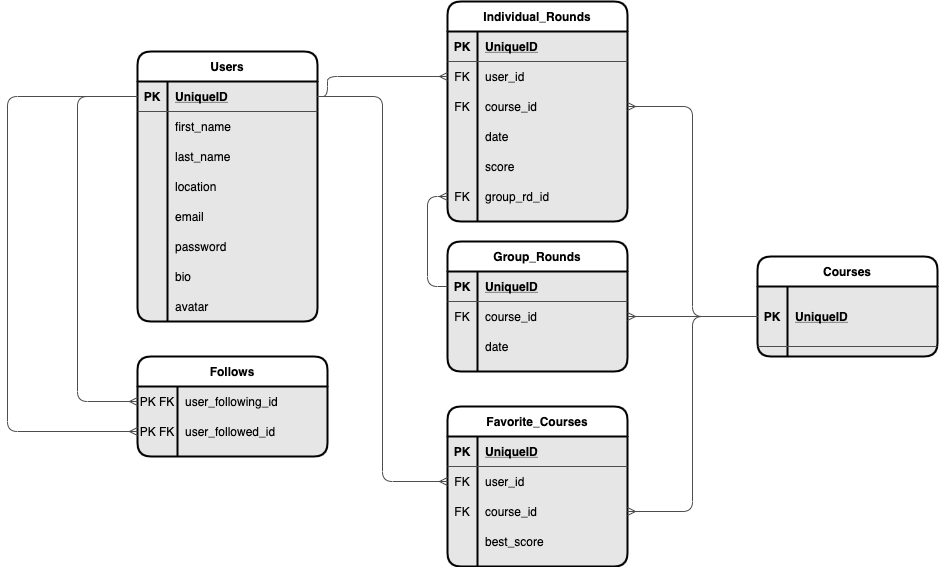
This is Discgolf_Schema.png from namroc89/DiscDown, a draw.io export, as it was before one commit. Source tidied: cells renumbered, new cells last; positions are measured from the earlier drawing's top-left corner, leaving out a move shared by most shapes.
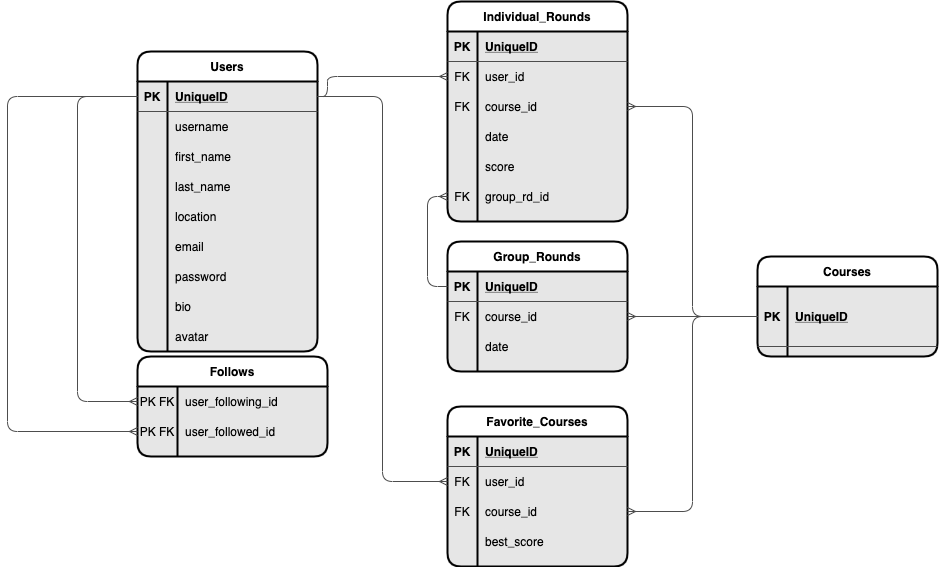
The same file after the commit.

What changed in the source:
```diff
@@ -3,7 +3,7 @@
     <mxCell id="0" />
     <mxCell id="1" parent="0" />
     <mxCell id="2" value="Users" style="shape=table;startSize=30;rowLines=0;fontStyle=1;align=center;rounded=1;strokeWidth=2;swimlaneFillColor=#E6E6E6;fillColor=#FFFFFF;" parent="1" vertex="1">
-      <mxGeometry x="130" y="50" width="180" height="270" as="geometry" />
+      <mxGeometry x="130" y="50" width="180" height="300" as="geometry" />
     </mxCell>
     <mxCell id="3" style="shape=partialRectangle;fillColor=none;top=0;left=0;bottom=1;right=0;points=[[0,0.5],[1,0.5]];portConstraint=eastwest;strokeColor=#4D4D4D;" parent="2" vertex="1">
       <mxGeometry y="30" width="180" height="30" as="geometry" />
@@ -14,8 +14,17 @@
     <mxCell id="5" value="UniqueID" style="shape=partialRectangle;fillColor=none;top=0;left=0;bottom=0;right=0;align=left;spacingLeft=6;fontStyle=5;overflow=hidden;strokeColor=#4D4D4D;" parent="3" vertex="1">
       <mxGeometry x="30" width="150" height="30" as="geometry" />
     </mxCell>
+    <mxCell id="9" style="shape=partialRectangle;fillColor=none;top=0;left=0;bottom=0;right=0;strokeColor=#4D4D4D;" parent="2" vertex="1">
+      <mxGeometry y="60" width="180" height="30" as="geometry" />
+    </mxCell>
+    <mxCell id="10" style="shape=partialRectangle;fillColor=none;top=0;left=0;bottom=0;right=0;overflow=hidden;strokeColor=#4D4D4D;" parent="9" vertex="1">
+      <mxGeometry width="30" height="30" as="geometry" />
+    </mxCell>
+    <mxCell id="11" value="username" style="shape=partialRectangle;fillColor=none;top=0;left=0;bottom=0;right=0;align=left;spacingLeft=6;overflow=hidden;strokeColor=#4D4D4D;" parent="9" vertex="1">
+      <mxGeometry x="30" width="150" height="30" as="geometry" />
+    </mxCell>
     <mxCell id="6" style="shape=partialRectangle;fillColor=none;top=0;left=0;bottom=0;right=0;strokeColor=#4D4D4D;" parent="2" vertex="1">
-      <mxGeometry y="60" width="180" height="30" as="geometry" />
+      <mxGeometry y="90" width="180" height="30" as="geometry" />
     </mxCell>
     <mxCell id="7" style="shape=partialRectangle;fillColor=none;top=0;left=0;bottom=0;right=0;overflow=hidden;strokeColor=#4D4D4D;" parent="6" vertex="1">
       <mxGeometry width="30" height="30" as="geometry" />
@@ -23,17 +32,17 @@
     <mxCell id="8" value="first_name" style="shape=partialRectangle;fillColor=none;top=0;left=0;bottom=0;right=0;align=left;spacingLeft=6;overflow=hidden;strokeColor=#4D4D4D;" parent="6" vertex="1">
       <mxGeometry x="30" width="150" height="30" as="geometry" />
     </mxCell>
-    <mxCell id="9" style="shape=partialRectangle;fillColor=none;top=0;left=0;bottom=0;right=0;strokeColor=#4D4D4D;" parent="2" vertex="1">
-      <mxGeometry y="90" width="180" height="30" as="geometry" />
-    </mxCell>
-    <mxCell id="10" style="shape=partialRectangle;fillColor=none;top=0;left=0;bottom=0;right=0;overflow=hidden;strokeColor=#4D4D4D;" parent="9" vertex="1">
-      <mxGeometry width="30" height="30" as="geometry" />
-    </mxCell>
-    <mxCell id="11" value="last_name" style="shape=partialRectangle;fillColor=none;top=0;left=0;bottom=0;right=0;align=left;spacingLeft=6;overflow=hidden;strokeColor=#4D4D4D;" parent="9" vertex="1">
-      <mxGeometry x="30" width="150" height="30" as="geometry" />
-    </mxCell>
+    <mxCell id="89" style="shape=partialRectangle;fillColor=none;top=0;left=0;bottom=0;right=0;strokeColor=#4D4D4D;" parent="2" vertex="1">
+      <mxGeometry y="120" width="180" height="30" as="geometry" />
+    </mxCell>
+    <mxCell id="90" style="shape=partialRectangle;fillColor=none;top=0;left=0;bottom=0;right=0;overflow=hidden;strokeColor=#4D4D4D;" parent="89" vertex="1">
+      <mxGeometry width="30" height="30" as="geometry" />
+    </mxCell>
+    <mxCell id="91" value="last_name" style="shape=partialRectangle;fillColor=none;top=0;left=0;bottom=0;right=0;align=left;spacingLeft=6;overflow=hidden;strokeColor=#4D4D4D;" parent="89" vertex="1">
+      <mxGeometry x="30" width="150" height="30" as="geometry" />
+    </mxCell>
     <mxCell id="12" style="shape=partialRectangle;fillColor=none;top=0;left=0;bottom=0;right=0;strokeColor=#4D4D4D;" parent="2" vertex="1">
-      <mxGeometry y="120" width="180" height="30" as="geometry" />
+      <mxGeometry y="150" width="180" height="30" as="geometry" />
     </mxCell>
     <mxCell id="13" style="shape=partialRectangle;fillColor=none;top=0;left=0;bottom=0;right=0;overflow=hidden;strokeColor=#4D4D4D;" parent="12" vertex="1">
       <mxGeometry width="30" height="30" as="geometry" />
@@ -42,7 +51,7 @@
       <mxGeometry x="30" width="150" height="30" as="geometry" />
     </mxCell>
     <mxCell id="15" style="shape=partialRectangle;fillColor=none;top=0;left=0;bottom=0;right=0;strokeColor=#4D4D4D;" parent="2" vertex="1">
-      <mxGeometry y="150" width="180" height="30" as="geometry" />
+      <mxGeometry y="180" width="180" height="30" as="geometry" />
     </mxCell>
     <mxCell id="16" style="shape=partialRectangle;fillColor=none;top=0;left=0;bottom=0;right=0;overflow=hidden;strokeColor=#4D4D4D;" parent="15" vertex="1">
       <mxGeometry width="30" height="30" as="geometry" />
@@ -51,7 +60,7 @@
       <mxGeometry x="30" width="150" height="30" as="geometry" />
     </mxCell>
     <mxCell id="18" style="shape=partialRectangle;fillColor=none;top=0;left=0;bottom=0;right=0;strokeColor=#4D4D4D;" parent="2" vertex="1">
-      <mxGeometry y="180" width="180" height="30" as="geometry" />
+      <mxGeometry y="210" width="180" height="30" as="geometry" />
     </mxCell>
     <mxCell id="19" style="shape=partialRectangle;fillColor=none;top=0;left=0;bottom=0;right=0;overflow=hidden;strokeColor=#4D4D4D;" parent="18" vertex="1">
       <mxGeometry width="30" height="30" as="geometry" />
@@ -60,7 +69,7 @@
       <mxGeometry x="30" width="150" height="30" as="geometry" />
     </mxCell>
     <mxCell id="21" style="shape=partialRectangle;fillColor=none;top=0;left=0;bottom=0;right=0;strokeColor=#4D4D4D;" parent="2" vertex="1">
-      <mxGeometry y="210" width="180" height="30" as="geometry" />
+      <mxGeometry y="240" width="180" height="30" as="geometry" />
     </mxCell>
     <mxCell id="22" style="shape=partialRectangle;fillColor=none;top=0;left=0;bottom=0;right=0;overflow=hidden;strokeColor=#4D4D4D;" parent="21" vertex="1">
       <mxGeometry width="30" height="30" as="geometry" />
@@ -69,7 +78,7 @@
       <mxGeometry x="30" width="150" height="30" as="geometry" />
     </mxCell>
     <mxCell id="24" style="shape=partialRectangle;fillColor=none;top=0;left=0;bottom=0;right=0;strokeColor=#4D4D4D;" parent="2" vertex="1">
-      <mxGeometry y="240" width="180" height="30" as="geometry" />
+      <mxGeometry y="270" width="180" height="30" as="geometry" />
     </mxCell>
     <mxCell id="25" style="shape=partialRectangle;fillColor=none;top=0;left=0;bottom=0;right=0;overflow=hidden;strokeColor=#4D4D4D;" parent="24" vertex="1">
       <mxGeometry width="30" height="30" as="geometry" />
```
